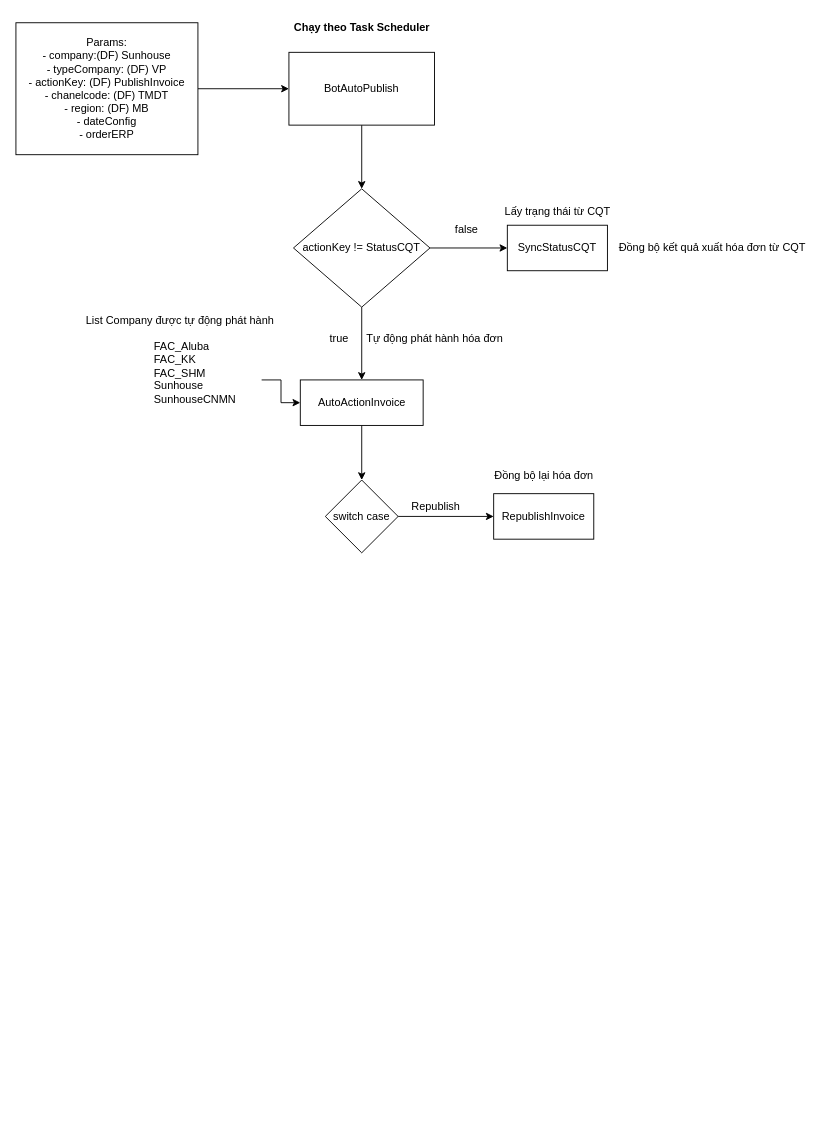
The draw.io diagram Lưu đồ thuật toán phát hành hóa đơn.drawio in aoisensei/SanPham, before the edit. Source tidied: cells renumbered, new cells numbered last; positions are measured from the earlier drawing's top-left corner, leaving out a move shared by most shapes. Both pictures are drawn from the tidied source at 91%, with x=0, y=0 at pixel (15, 15).
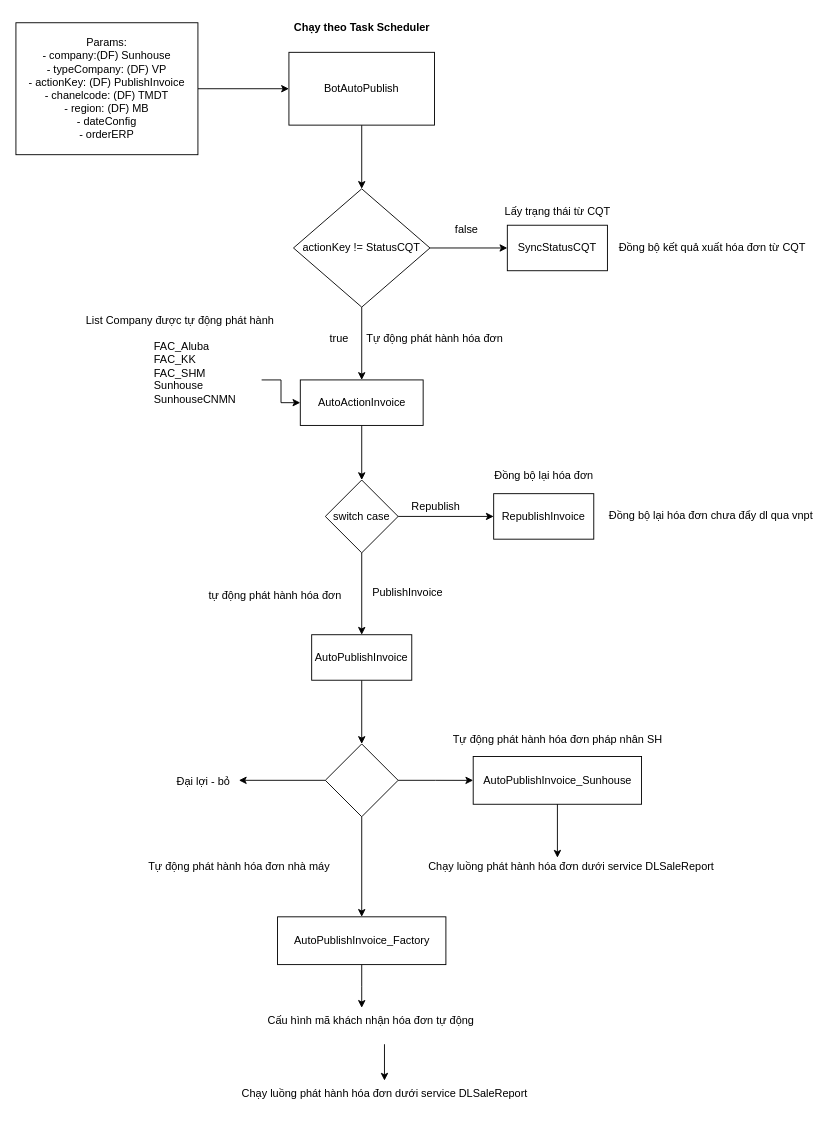
After the change.

Unchanged cells that the change refers to:
```xml
<mxCell id="22" value="switch case" style="rhombus;whiteSpace=wrap;html=1;" parent="1" vertex="1">
  <mxGeometry x="340" y="510" width="80" height="80" as="geometry" />
</mxCell>
```

Change to the diagram source:
```diff
@@
+    <mxCell id="26" style="edgeStyle=orthogonalEdgeStyle;rounded=0;jettySize=auto;html=1;entryX=0.5;entryY=0;entryDx=0;entryDy=0;" parent="1" edge="1" source="22" target="29">
+      <mxGeometry relative="1" as="geometry" />
+    </mxCell>
@@
+    <mxCell id="27" value="Đồng bộ lại hóa đơn chưa đẩy dl qua vnpt" style="text;whiteSpace=wrap;" parent="1" vertex="1">
+      <mxGeometry x="650" y="535" width="230" height="30" as="geometry" />
+    </mxCell>
+    <mxCell id="28" style="edgeStyle=orthogonalEdgeStyle;rounded=0;jettySize=auto;html=1;entryX=0.5;entryY=0;entryDx=0;entryDy=0;" parent="1" edge="1" source="29" target="35">
+      <mxGeometry relative="1" as="geometry" />
+    </mxCell>
+    <mxCell id="29" value="AutoPublishInvoice" style="html=1;whiteSpace=wrap;" parent="1" vertex="1">
+      <mxGeometry x="325" y="680" width="110" height="50" as="geometry" />
+    </mxCell>
+    <mxCell id="30" value="PublishInvoice" style="text;whiteSpace=wrap;" parent="1" vertex="1">
+      <mxGeometry x="390" y="620" width="90" height="30" as="geometry" />
+    </mxCell>
+    <mxCell id="31" value="tự động phát hành hóa đơn" style="text;whiteSpace=wrap;" parent="1" vertex="1">
+      <mxGeometry x="210" y="622.5" width="160" height="25" as="geometry" />
+    </mxCell>
+    <mxCell id="32" style="edgeStyle=orthogonalEdgeStyle;rounded=0;jettySize=auto;html=1;entryX=1;entryY=0.5;entryDx=0;entryDy=0;" parent="1" edge="1" source="35" target="36">
+      <mxGeometry relative="1" as="geometry" />
+    </mxCell>
+    <mxCell id="33" style="edgeStyle=orthogonalEdgeStyle;rounded=0;jettySize=auto;html=1;entryX=0;entryY=0.5;entryDx=0;entryDy=0;" parent="1" edge="1" source="35" target="37">
+      <mxGeometry relative="1" as="geometry" />
+    </mxCell>
+    <mxCell id="34" style="edgeStyle=orthogonalEdgeStyle;rounded=0;jettySize=auto;html=1;entryX=0.5;entryY=0;entryDx=0;entryDy=0;" parent="1" edge="1" source="35" target="40">
+      <mxGeometry relative="1" as="geometry" />
+    </mxCell>
+    <mxCell id="35" style="rhombus;whiteSpace=wrap;html=1;" parent="1" vertex="1">
+      <mxGeometry x="340" y="800" width="80" height="80" as="geometry" />
+    </mxCell>
+    <mxCell id="36" value="Đại lợi - bỏ" style="text;whiteSpace=wrap;" parent="1" vertex="1">
+      <mxGeometry x="175" y="827.5" width="70" height="25" as="geometry" />
+    </mxCell>
+    <mxCell id="37" value="AutoPublishInvoice_Sunhouse" style="html=1;whiteSpace=wrap;" parent="1" vertex="1">
+      <mxGeometry x="502.5" y="813.8" width="185" height="52.5" as="geometry" />
+    </mxCell>
+    <mxCell id="38" value="Tự động phát hành hóa đơn pháp nhân SH" style="text;html=1;align=center;verticalAlign=middle;strokeColor=none;fillColor=none;" parent="1" vertex="1">
+      <mxGeometry x="470" y="780" width="250" height="30" as="geometry" />
+    </mxCell>
+    <mxCell id="39" style="edgeStyle=orthogonalEdgeStyle;rounded=0;jettySize=auto;html=1;" parent="1" edge="1" source="40">
+      <mxGeometry relative="1" as="geometry">
+        <mxPoint x="380" y="1090" as="targetPoint" />
+      </mxGeometry>
+    </mxCell>
+    <mxCell id="40" value="AutoPublishInvoice_Factory" style="html=1;whiteSpace=wrap;" parent="1" vertex="1">
+      <mxGeometry x="287.5" y="990" width="185" height="52.5" as="geometry" />
+    </mxCell>
+    <mxCell id="41" value="Tự động phát hành hóa đơn nhà máy" style="text;html=1;align=center;verticalAlign=middle;strokeColor=none;fillColor=none;" parent="1" vertex="1">
+      <mxGeometry x="135" y="920" width="220" height="30" as="geometry" />
+    </mxCell>
+    <mxCell id="42" value="Chạy luồng phát hành hóa đơn dưới service DLSaleReport" style="text;html=1;align=center;verticalAlign=middle;points=[];strokeColor=none;fillColor=none;" parent="1" vertex="1">
+      <mxGeometry x="440" y="920" width="340" height="30" as="geometry" />
+    </mxCell>
+    <mxCell id="43" style="edgeStyle=orthogonalEdgeStyle;rounded=0;jettySize=auto;html=1;entryX=0.456;entryY=0.167;entryDx=0;entryDy=0;entryPerimeter=0;" parent="1" edge="1" source="37" target="42">
+      <mxGeometry relative="1" as="geometry" />
+    </mxCell>
+    <mxCell id="44" value="Chạy luồng phát hành hóa đơn dưới service DLSaleReport" style="text;html=1;align=center;verticalAlign=middle;points=[];strokeColor=none;fillColor=none;" parent="1" vertex="1">
+      <mxGeometry x="235" y="1170" width="340" height="30" as="geometry" />
+    </mxCell>
+    <mxCell id="45" value="Cấu hình mã khách nhận hóa đơn tự động" style="text;whiteSpace=wrap;" parent="1" vertex="1">
+      <mxGeometry x="275" y="1090" width="260" height="40" as="geometry" />
+    </mxCell>
+    <mxCell id="46" style="edgeStyle=orthogonalEdgeStyle;rounded=0;jettySize=auto;html=1;entryX=0.5;entryY=0;entryDx=0;entryDy=0;entryPerimeter=0;" parent="1" edge="1" source="45" target="44">
+      <mxGeometry relative="1" as="geometry" />
+    </mxCell>
```
